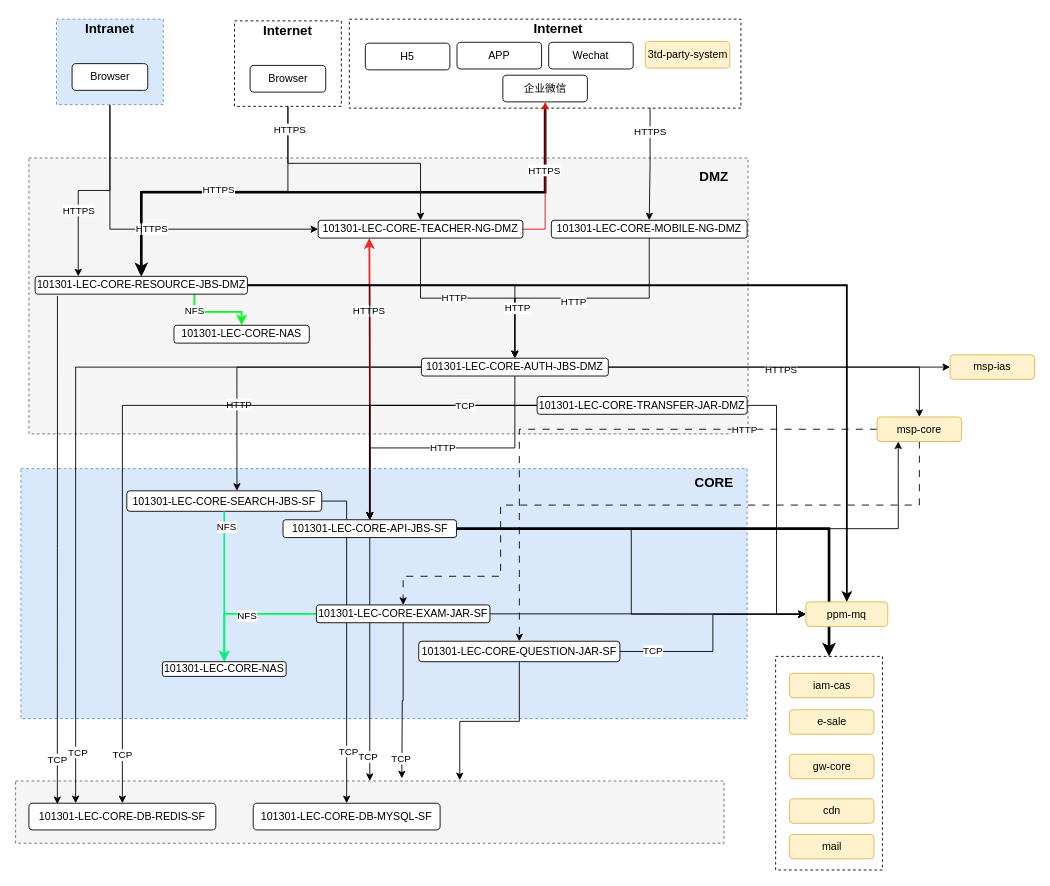
Earlier version of the draw.io diagram page "第 2 页" (2 of 2) of 部署逻辑图.drawio (rainerpiao/cloud-computing). Source tidied: cells renumbered, new cells numbered last; positions are measured from the earlier drawing's top-left corner, leaving out a move shared by most shapes. Both pictures are drawn from the tidied source at 89%, with x=0, y=0 at pixel (15, 19).
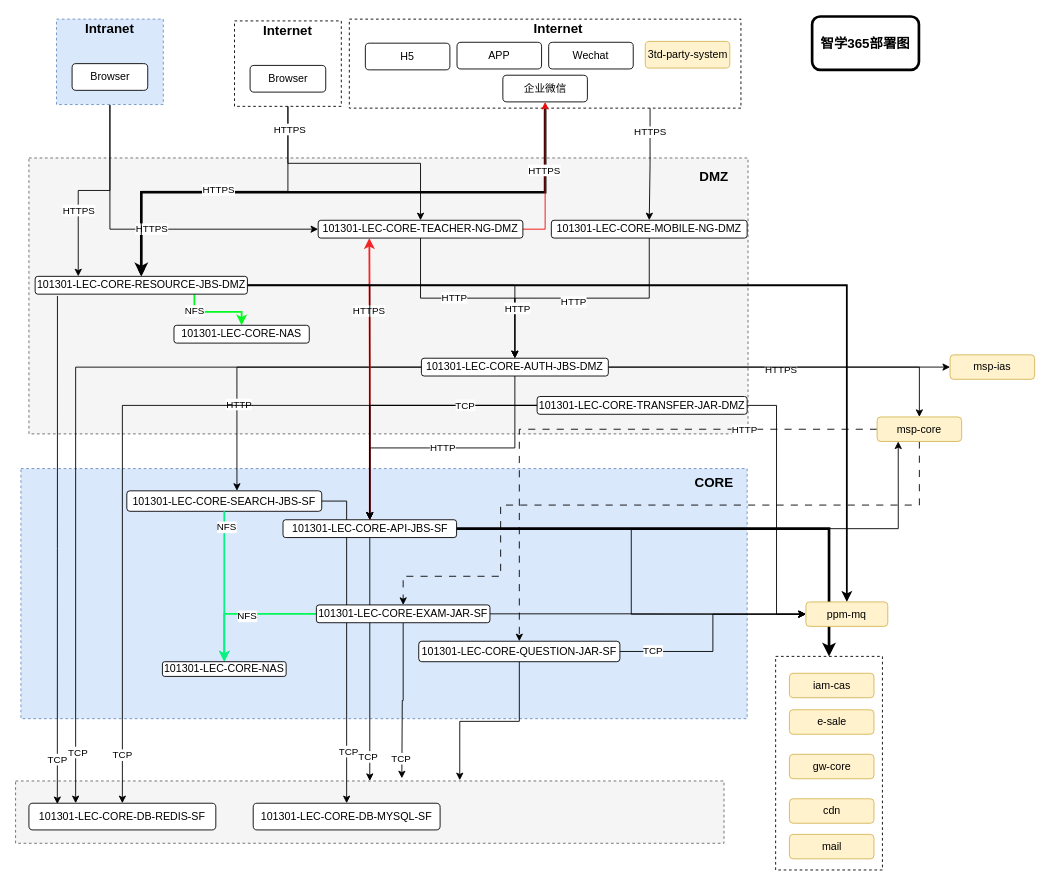
The same diagram, later.

Commit message:
更新部署逻辑图.drawio

Change to the diagram source:
```diff
@@
+    <mxCell id="102" value="&lt;font style=&quot;font-size: 15px;&quot;&gt;&lt;b&gt;智学365部署图&lt;/b&gt;&lt;/font&gt;" style="rounded=1;whiteSpace=wrap;html=1;strokeWidth=3;" parent="1" vertex="1">
+      <mxGeometry x="895" y="-3" width="120" height="60" as="geometry" />
+    </mxCell>
```
